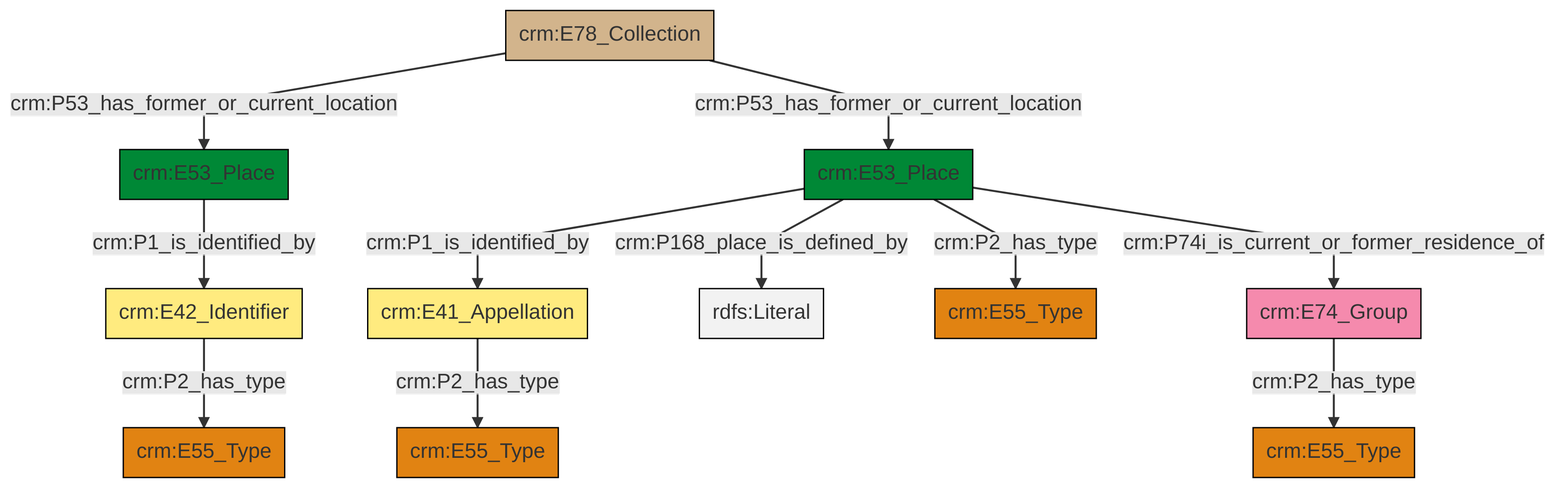
Earlier version of the Mermaid export et/archivalCSV/ttl/mmd/png/archival_location.png (swiss-art-research-net/docs.swissartresearch). Its source is kept beside it as et/archivalCSV/ttl/mmd/archival_location.ttl.mmd.
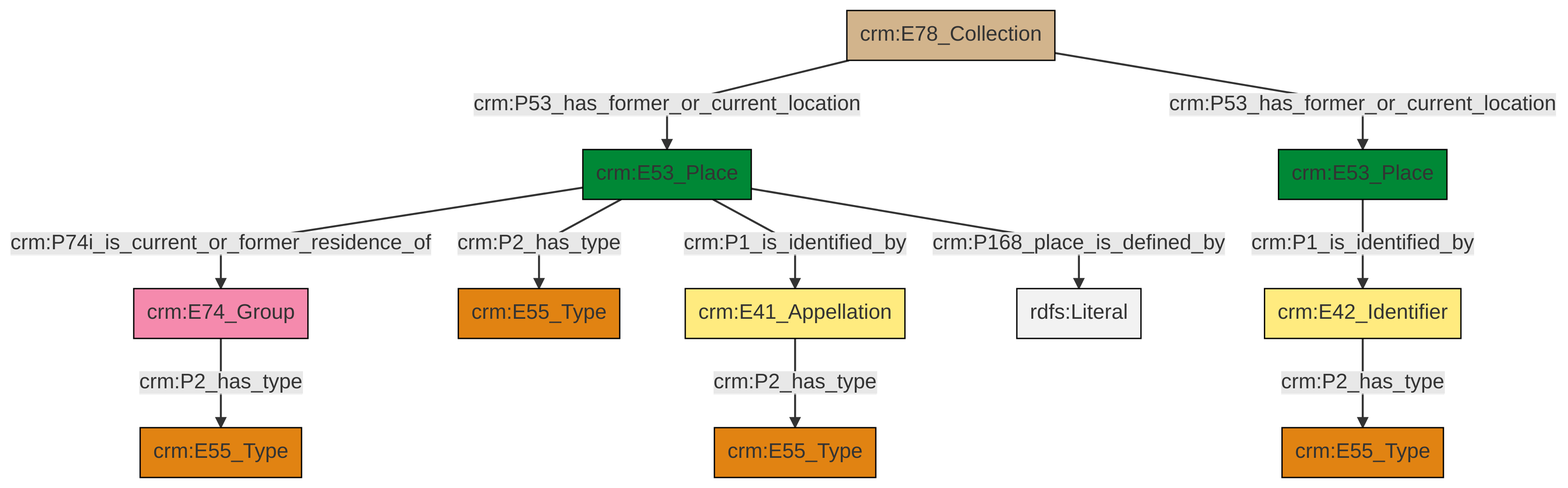
After the change.

Diff of the diagram source:
```diff
@@ -13,13 +13,13 @@
 classDef PC_Classes fill:#4ce600, stroke:#000000;
 classDef Multi fill:#cccccc,stroke:#000000;
 
-0["crm:E78_Collection"]:::Physical_Thing -->|crm:P53_has_former_or_current_location| 1["crm:E53_Place"]:::Place
-2["crm:E53_Place"]:::Place -->|crm:P1_is_identified_by| 8["crm:E41_Appellation"]:::Appellation
-9["crm:E42_Identifier"]:::Appellation -->|crm:P2_has_type| 10["crm:E55_Type"]:::Type
-1["crm:E53_Place"]:::Place -->|crm:P1_is_identified_by| 9["crm:E42_Identifier"]:::Appellation
-2["crm:E53_Place"]:::Place -->|crm:P168_place_is_defined_by| 11[rdfs:Literal]:::Literal
-12["crm:E74_Group"]:::Actor -->|crm:P2_has_type| 13["crm:E55_Type"]:::Type
-8["crm:E41_Appellation"]:::Appellation -->|crm:P2_has_type| 4["crm:E55_Type"]:::Type
-2["crm:E53_Place"]:::Place -->|crm:P2_has_type| 6["crm:E55_Type"]:::Type
-2["crm:E53_Place"]:::Place -->|crm:P74i_is_current_or_former_residence_of| 12["crm:E74_Group"]:::Actor
-0["crm:E78_Collection"]:::Physical_Thing -->|crm:P53_has_former_or_current_location| 2["crm:E53_Place"]:::Place
+0["crm:E53_Place"]:::Place -->|crm:P74i_is_current_or_former_residence_of| 1["crm:E74_Group"]:::Actor
+2["crm:E78_Collection"]:::Physical_Thing -->|crm:P53_has_former_or_current_location| 0["crm:E53_Place"]:::Place
+0["crm:E53_Place"]:::Place -->|crm:P2_has_type| 7["crm:E55_Type"]:::Type
+1["crm:E74_Group"]:::Actor -->|crm:P2_has_type| 3["crm:E55_Type"]:::Type
+9["crm:E42_Identifier"]:::Appellation -->|crm:P2_has_type| 14["crm:E55_Type"]:::Type
+5["crm:E41_Appellation"]:::Appellation -->|crm:P2_has_type| 15["crm:E55_Type"]:::Type
+2["crm:E78_Collection"]:::Physical_Thing -->|crm:P53_has_former_or_current_location| 11["crm:E53_Place"]:::Place
+0["crm:E53_Place"]:::Place -->|crm:P1_is_identified_by| 5["crm:E41_Appellation"]:::Appellation
+0["crm:E53_Place"]:::Place -->|crm:P168_place_is_defined_by| 20[rdfs:Literal]:::Literal
+11["crm:E53_Place"]:::Place -->|crm:P1_is_identified_by| 9["crm:E42_Identifier"]:::Appellation
```
